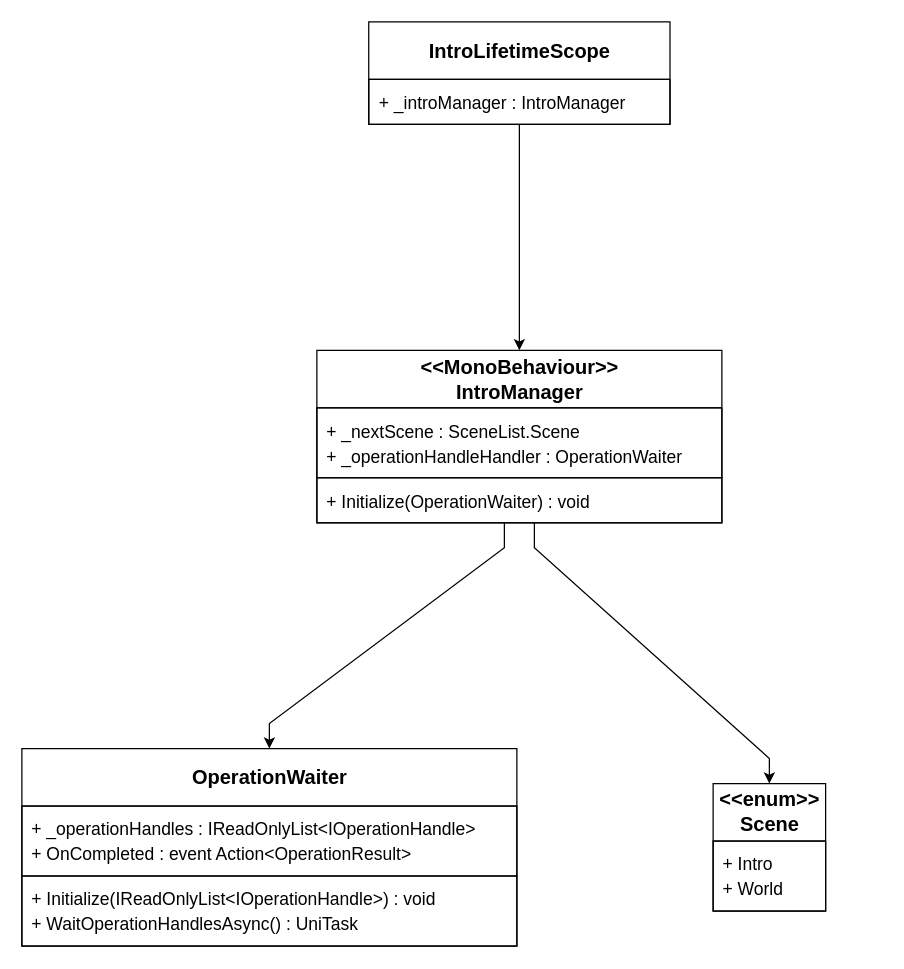
Above: Docs/Architecture/Diagrams/Composition/Intro.drawio in THISISJUSTICE/CubicLand (draw.io), before the change. Source tidied: cells renumbered, new cells numbered last; positions are measured from the earlier drawing's top-left corner, leaving out a move shared by most shapes. Both pictures are drawn from the tidied source at 125%, with x=0, y=0 at pixel (21, 21).
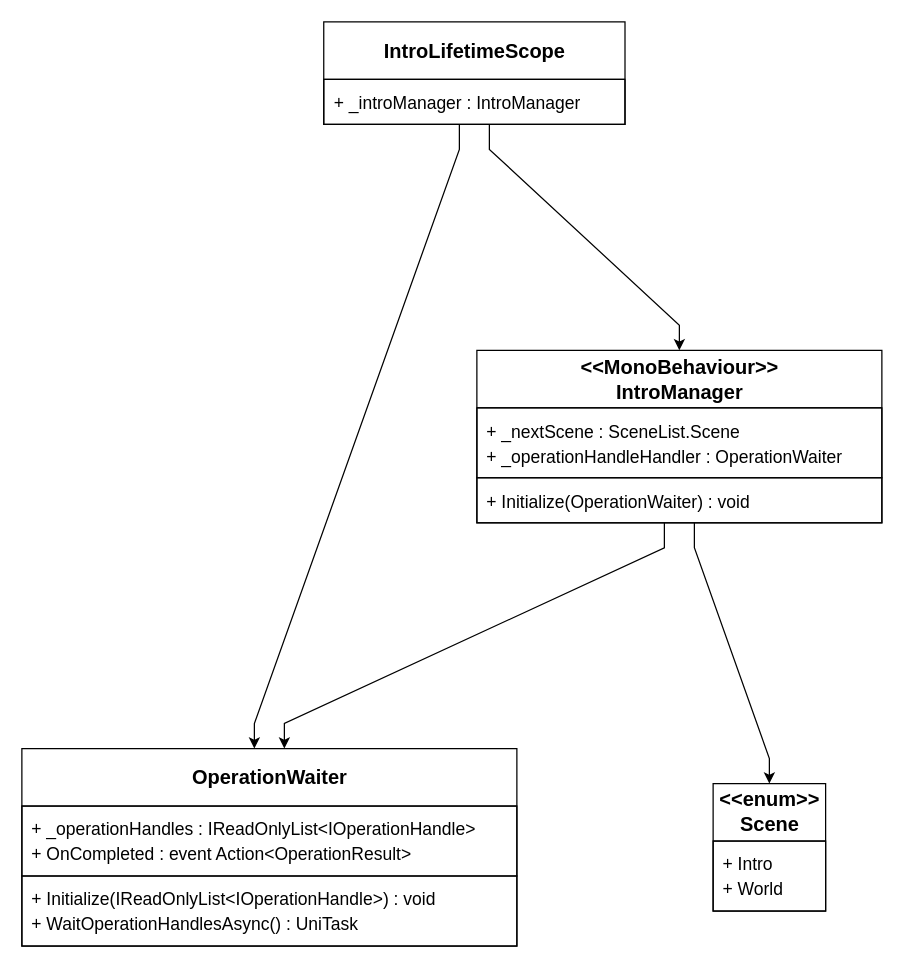
Above is the later version.

The change refers to these unchanged cells:
```xml
<mxCell id="4" value="&lt;h4 style=&quot;margin:0&quot;&gt;OperationWaiter&lt;/h4&gt;" style="swimlane;fontSize=16;fontStyle=1;align=center;verticalAlign=middle;horizontal=1;startSize=46;html=1;fillColor=none;swimlaneFillColor=none;strokeColor=#000000;" parent="1" vertex="1">
  <mxGeometry y="581.3" width="396" height="158" as="geometry" />
</mxCell>
<mxCell id="7" value="&lt;div&gt;&amp;lt;&amp;lt;enum&amp;gt;&amp;gt;&lt;/div&gt;&lt;h4 style=&quot;margin:0&quot;&gt;Scene&lt;/h4&gt;" style="swimlane;fontSize=16;fontStyle=1;align=center;verticalAlign=middle;horizontal=1;startSize=46;html=1;fillColor=none;swimlaneFillColor=none;strokeColor=#000000;" parent="1" vertex="1">
  <mxGeometry x="553" y="609.3" width="90" height="102" as="geometry" />
</mxCell>
```

Change to the diagram source:
```diff
@@
     <mxCell id="2" value="&lt;h4 style=&quot;margin:0&quot;&gt;IntroLifetimeScope&lt;/h4&gt;" style="swimlane;fontSize=16;fontStyle=1;align=center;verticalAlign=middle;horizontal=1;startSize=46;html=1;fillColor=none;swimlaneFillColor=none;strokeColor=#000000;" parent="1" vertex="1">
-      <mxGeometry x="277.5" width="241" height="82" as="geometry" />
+      <mxGeometry x="241.5" width="241" height="82" as="geometry" />
     </mxCell>
     <mxCell id="3" value="&lt;div&gt;&amp;lt;&amp;lt;MonoBehaviour&amp;gt;&amp;gt;&lt;/div&gt;&lt;h4 style=&quot;margin:0&quot;&gt;IntroManager&lt;/h4&gt;" style="swimlane;fontSize=16;fontStyle=1;align=center;verticalAlign=middle;horizontal=1;startSize=46;html=1;fillColor=none;swimlaneFillColor=none;strokeColor=#000000;" parent="1" vertex="1">
-      <mxGeometry x="236" y="262.7" width="324" height="138" as="geometry" />
+      <mxGeometry x="364" y="262.7" width="324" height="138" as="geometry" />
     </mxCell>
@@
-    <mxCell id="5" style="edgeStyle=none;curved=0;rounded=0;html=1;strokeColor=#000000;exitPerimeter=0;entryPerimeter=0;exitX=0.50000;exitY=1.00000;entryX=0.50000;entryY=0.00000;endArrow=classic;endFill=1;" parent="1" edge="1" source="2" target="3">
-      <mxGeometry relative="1" as="geometry" />
+    <mxCell id="5" style="edgeStyle=none;curved=0;rounded=0;html=1;strokeColor=#000000;exitPerimeter=0;entryPerimeter=0;exitX=0.54979;exitY=1.00000;entryX=0.50000;entryY=0.00000;endArrow=classic;endFill=1;" parent="1" edge="1" source="2" target="3">
+      <mxGeometry relative="1" as="geometry">
+        <Array as="points">
+          <mxPoint x="374" y="102" />
+          <mxPoint x="526" y="242.7" />
+        </Array>
+      </mxGeometry>
     </mxCell>
-    <mxCell id="6" style="edgeStyle=none;curved=0;rounded=0;html=1;strokeColor=#000000;exitPerimeter=0;entryPerimeter=0;exitX=0.46296;exitY=1.00000;entryX=0.50000;entryY=0.00000;endArrow=classic;endFill=1;" parent="1" edge="1" source="3" target="4">
+    <mxCell id="6" style="edgeStyle=none;curved=0;rounded=0;html=1;strokeColor=#000000;exitPerimeter=0;entryPerimeter=0;exitX=0.46296;exitY=1.00000;entryX=0.53030;entryY=0.00000;endArrow=classic;endFill=1;" parent="1" edge="1" source="3" target="4">
       <mxGeometry relative="1" as="geometry">
         <Array as="points">
-          <mxPoint x="386" y="420.7" />
-          <mxPoint x="198" y="561.3" />
+          <mxPoint x="514" y="420.7" />
+          <mxPoint x="210" y="561.3" />
         </Array>
       </mxGeometry>
     </mxCell>
@@
     <mxCell id="8" style="edgeStyle=none;curved=0;rounded=0;html=1;strokeColor=#000000;exitPerimeter=0;entryPerimeter=0;exitX=0.53704;exitY=1.00000;entryX=0.50000;entryY=0.00000;endArrow=classic;endFill=1;" parent="1" edge="1" source="3" target="7">
       <mxGeometry relative="1" as="geometry">
         <Array as="points">
-          <mxPoint x="410" y="420.7" />
+          <mxPoint x="538" y="420.7" />
           <mxPoint x="598" y="589.3" />
         </Array>
       </mxGeometry>
     </mxCell>
+    <mxCell id="15" style="edgeStyle=none;curved=0;rounded=0;html=1;strokeColor=#000000;exitPerimeter=0;entryPerimeter=0;exitX=0.45021;exitY=1.00000;entryX=0.46970;entryY=0.00000;endArrow=classic;endFill=1;" parent="1" edge="1" source="2" target="4">
+      <mxGeometry relative="1" as="geometry">
+        <Array as="points">
+          <mxPoint x="350" y="102" />
+          <mxPoint x="186" y="561.3" />
+        </Array>
+      </mxGeometry>
+    </mxCell>
```
